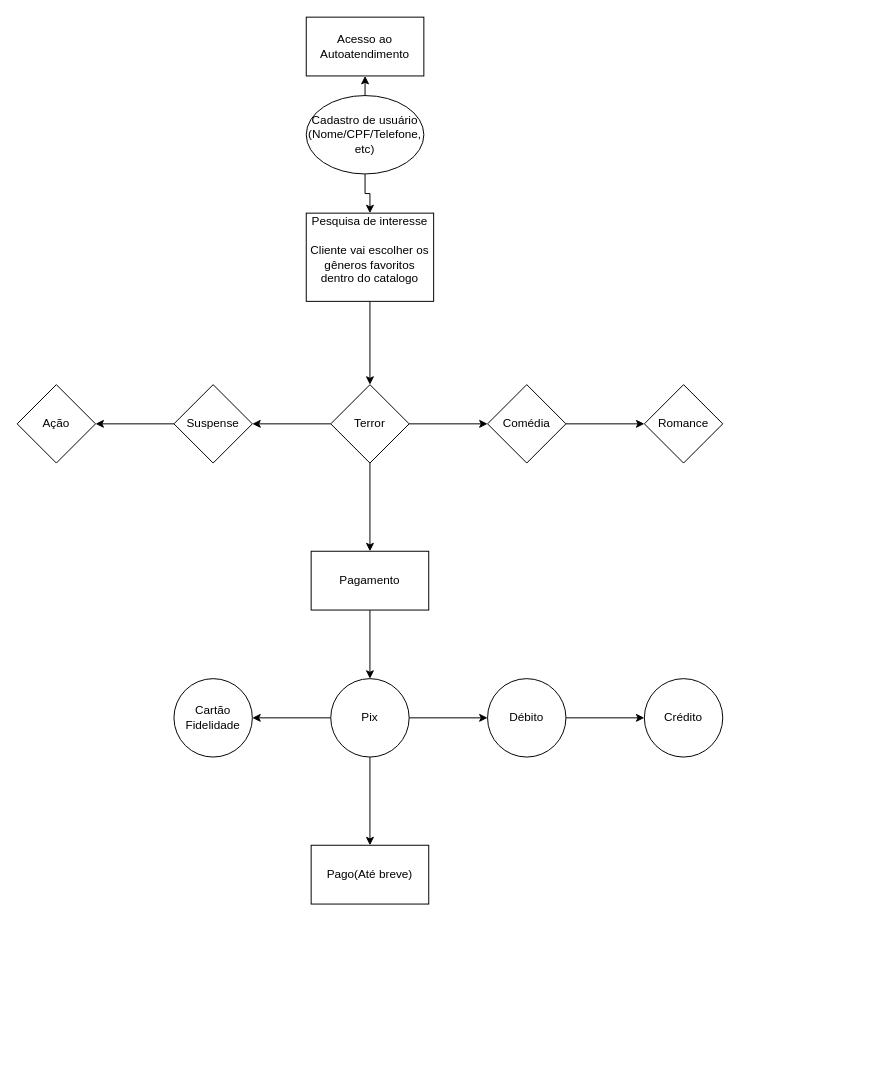
The draw.io diagram Diagrama sem nome.drawio in rafarocko/analise_modelagem_sistemas, before the edit. Source tidied: cells renumbered, new cells numbered last; positions are measured from the earlier drawing's top-left corner, leaving out a move shared by most shapes. Both pictures are drawn from the tidied source at 98%, with x=0, y=0 at pixel (17, 17).
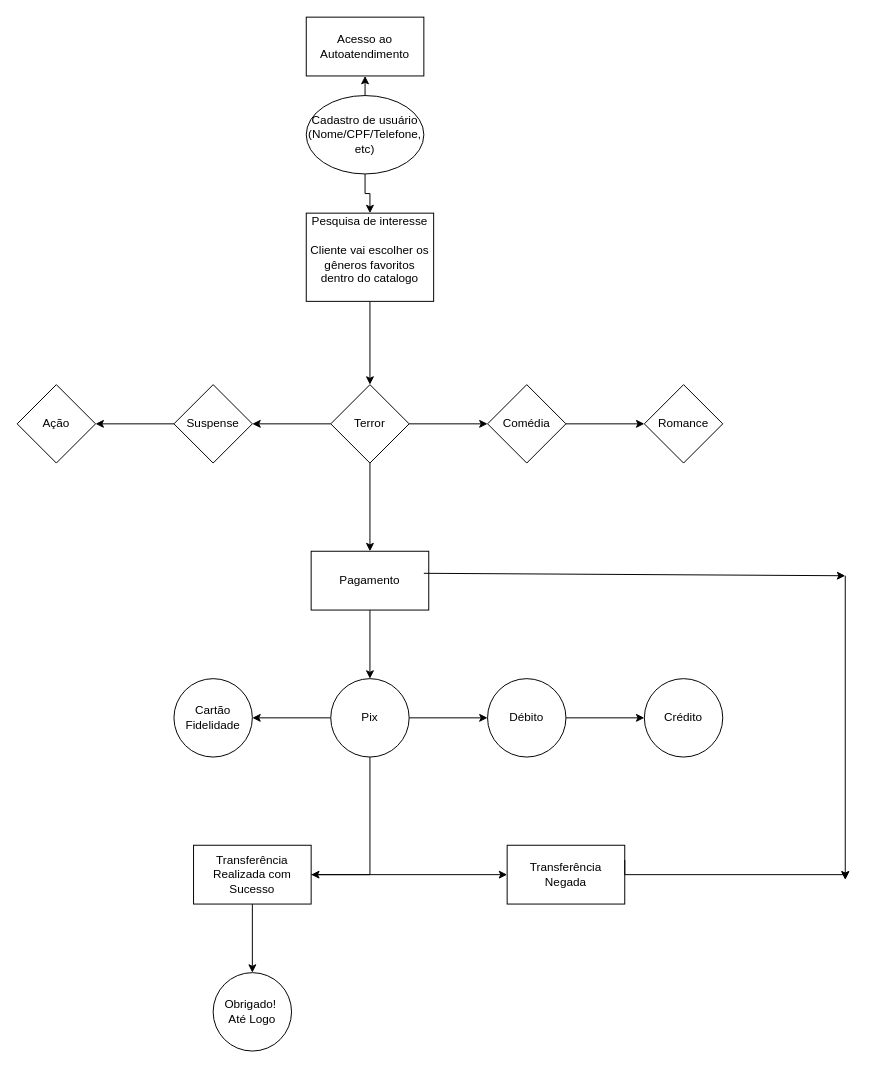
The same diagram, later.

Unchanged cells that the change refers to:
```xml
<mxCell id="23" value="Pix" style="ellipse;whiteSpace=wrap;html=1;" parent="1" vertex="1">
  <mxGeometry x="320" y="675" width="80" height="80" as="geometry" />
</mxCell>
```

The edit, as a diff of the source:
```diff
@@
     <mxCell id="22" style="edgeStyle=orthogonalEdgeStyle;rounded=0;jettySize=auto;html=1;" parent="1" edge="1" source="23" target="28">
-      <mxGeometry relative="1" as="geometry" />
+      <mxGeometry relative="1" as="geometry">
+        <Array as="points">
+          <mxPoint x="360" y="875" />
+        </Array>
+      </mxGeometry>
     </mxCell>
@@
+    <mxCell id="29" style="edgeStyle=orthogonalEdgeStyle;rounded=0;jettySize=auto;html=1;" parent="1" edge="1" source="28" target="31">
+      <mxGeometry relative="1" as="geometry" />
+    </mxCell>
+    <mxCell id="30" style="edgeStyle=orthogonalEdgeStyle;rounded=0;jettySize=auto;html=1;" parent="1" edge="1" source="28" target="32">
+      <mxGeometry relative="1" as="geometry" />
+    </mxCell>
-    <mxCell id="28" value="Pago(Até breve)" style="whiteSpace=wrap;html=1;" parent="1" vertex="1">
-      <mxGeometry x="300" y="845" width="120" height="60" as="geometry" />
+    <mxCell id="28" value="Transferência Realizada com Sucesso" style="whiteSpace=wrap;html=1;" parent="1" vertex="1">
+      <mxGeometry x="180" y="845" width="120" height="60" as="geometry" />
     </mxCell>
+    <mxCell id="31" value="Transferência Negada" style="whiteSpace=wrap;html=1;" parent="1" vertex="1">
+      <mxGeometry x="500" y="845" width="120" height="60" as="geometry" />
+    </mxCell>
+    <mxCell id="32" value="Obrigado!&amp;nbsp;&lt;br&gt;Até Logo" style="ellipse;whiteSpace=wrap;html=1;" parent="1" vertex="1">
+      <mxGeometry x="200" y="975" width="80" height="80" as="geometry" />
+    </mxCell>
+    <mxCell id="33" style="edgeStyle=orthogonalEdgeStyle;rounded=0;orthogonalLoop=1;jettySize=auto;html=1;exitX=1;exitY=0.5;exitDx=0;exitDy=0;" parent="1" edge="1">
+      <mxGeometry relative="1" as="geometry">
+        <mxPoint x="620" y="860" as="sourcePoint" />
+        <mxPoint x="845" y="880" as="targetPoint" />
+        <Array as="points">
+          <mxPoint x="620" y="875" />
+        </Array>
+      </mxGeometry>
+    </mxCell>
+    <mxCell id="34" style="rounded=0;orthogonalLoop=1;jettySize=auto;html=1;exitX=1;exitY=0.5;exitDx=0;exitDy=0;" parent="1" edge="1">
+      <mxGeometry relative="1" as="geometry">
+        <mxPoint x="415" y="567.5" as="sourcePoint" />
+        <mxPoint x="845" y="570" as="targetPoint" />
+      </mxGeometry>
+    </mxCell>
+    <mxCell id="35" style="rounded=0;orthogonalLoop=1;jettySize=auto;html=1;" parent="1" edge="1">
+      <mxGeometry relative="1" as="geometry">
+        <mxPoint x="845" y="570" as="sourcePoint" />
+        <mxPoint x="845" y="880" as="targetPoint" />
+      </mxGeometry>
+    </mxCell>
```
